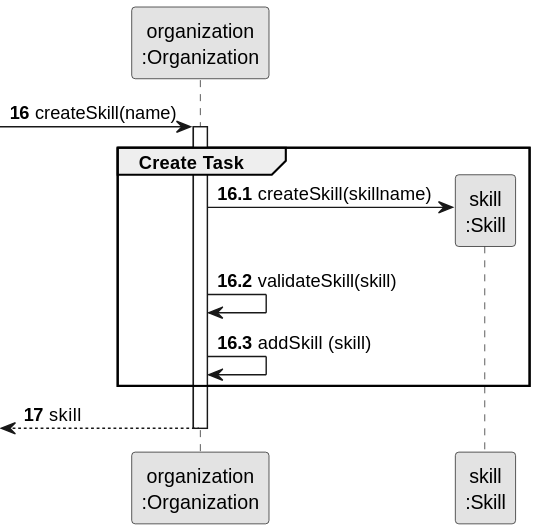
tiagosoa/lei-24-s2-1dgh-g073 keeps this PlantUML diagram as docs/sprint2/us001/03.design/svg/us001-sequence-diagram-partial-create-skill.svg. Above is the earlier version.
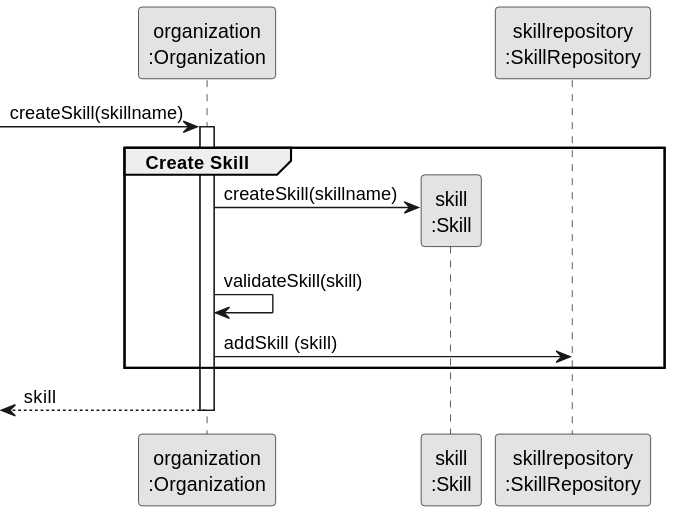
The same diagram one commit later.

Change to the diagram source:
```diff
@@ -5,24 +5,22 @@
 
 participant "organization\n:Organization" as ORG
 participant "skill\n:Skill" as TAREFA
+participant "skillrepository\n:SkillRepository" as SR
 
-autonumber 16
--> ORG: createSkill(name)
+-> ORG: createSkill(skillname)
 
-autonumber 16.1
 activate ORG
-    group Create Task
+    group Create Skill
 
         ORG -> TAREFA**: createSkill(skillname)
         ORG -> ORG: validateSkill(skill)
-        ORG -> ORG: addSkill (skill)
+        ORG -> SR: addSkill (skill)
 
 
 
 
     end
 
-    autonumber 17
     <-- ORG : skill
 deactivate ORG
 @enduml
```
